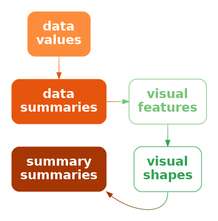
Earlier version of the Graphviz export Diagrams/data-stat-vis-shape-stat.png (pmur002/hdvw). Its source is kept beside it as Diagrams/data-stat-vis-shape-stat.dot.
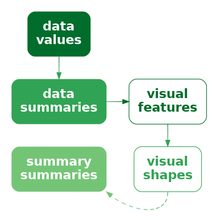
The same diagram one commit later.

The edit, as a diff of the source:
```diff
@@ -1,17 +1,17 @@
 digraph {
   graph [ rankdir=LR; margin=.2; nodesep=.5 ];
   node [ fontsize=20; fontname="sans bold"; margin=.2 ];
-  data [ label="data\nvalues"; shape=box; style="filled, rounded"; penwidth=0; fontcolor=white; fillcolor="#FD8D3C" ]
-  stat [ label="data\nsummaries"; shape=box; style="filled, rounded"; penwidth=0; fontcolor=white; fillcolor="#E6550D" ]
-  stat2 [ label="summary\nsummaries"; shape=box; style="filled, rounded"; penwidth=0; fontcolor=white; fillcolor="#A63603" ]
+  data [ label="data\nvalues"; shape=box; style="filled, rounded"; penwidth=0; fontcolor=white; fillcolor="#006D2C" ]
+  stat [ label="data\nsummaries"; shape=box; style="filled, rounded"; penwidth=0; fontcolor=white; fillcolor="#31A354" ]
+  stat2 [ label="summary\nsummaries"; shape=box; style="filled, rounded"; penwidth=0; fontcolor=white; fillcolor="#74C476" ]
   vis [ label="visual\nfeatures"; shape=box;
-     style="rounded"; color="#74C476"; fontcolor="#74C476" ]
+     style="rounded"; color="#006D2C"; fontcolor="#006D2C" ]
   shape [ label="visual\nshapes"; shape=box;
        style="rounded"; color="#31A354"; fontcolor="#31A354" ]
-  data -> stat [ style="solid"; penwidth=1; color="#FD8D3C;0.1:#FA8737;0.1:#F88132;0.1:#F57A2C;0.1:#F37427;0.1:#F06E22;0.1:#EE681D;0.1:#EB6117;0.1:#E95B12;0.1:#E6550D;0.1" ]
-  stat -> vis [ style="bold"; penwidth=1; color="#E6550D;0.1:#D96119;0.1:#CD6E24;0.1:#C07A30;0.1:#B3863C;0.1:#A79347;0.1:#9A9F53;0.1:#8DAB5F;0.1:#81B86A;0.1:#74C476;0.1" ]
-  vis -> shape [ style="solid", color="#74C476;0.1:#6DC072;0.1:#65BD6E;0.1:#5EB96B;0.1:#56B567;0.1:#4FB263;0.1:#47AE5F;0.1:#40AA5C;0.1:#38A758;0.1:#31A354;0.1" ]
-  shape:s -> stat2:se [ style="solid", color="#31A354;0.1:#3E974B;0.1:#4B8B42;0.1:#587F39;0.1:#657330;0.1:#726627;0.1:#7F5A1E;0.1:#8C4E15;0.1:#99420C;0.1:#A63603;0.1" ]
+  data -> stat [ style="solid"; penwidth=1; color="#006D2C;0.1:#057330;0.1:#0B7935;0.1:#107F39;0.1:#16853E;0.1:#1B8B42;0.1:#219147;0.1:#26974B;0.1:#2C9D50;0.1:#31A354;0.1" ]
+  stat -> vis [ style="bold"; penwidth=1; color="#31A354;0.1:#2C9D50;0.1:#26974B;0.1:#219147;0.1:#1B8B42;0.1:#16853E;0.1:#107F39;0.1:#0B7935;0.1:#057330;0.1:#006D2C;0.1" ]
+  vis -> shape [ style="solid", color="#006D2C;0.1:#057330;0.1:#0B7935;0.1:#107F39;0.1:#16853E;0.1:#1B8B42;0.1:#219147;0.1:#26974B;0.1:#2C9D50;0.1:#31A354;0.1" ]
+  shape:s -> stat2:se [ style="dashed", color="#31A354;0.1:#38A758;0.1:#40AA5C;0.1:#47AE5F;0.1:#4FB263;0.1:#56B567;0.1:#5EB96B;0.1:#65BD6E;0.1:#6DC072;0.1:#74C476;0.1" ]
 { rank=same; data, stat }
 { rank=same; data, stat2 }
 { rank=same; vis, shape }
```
